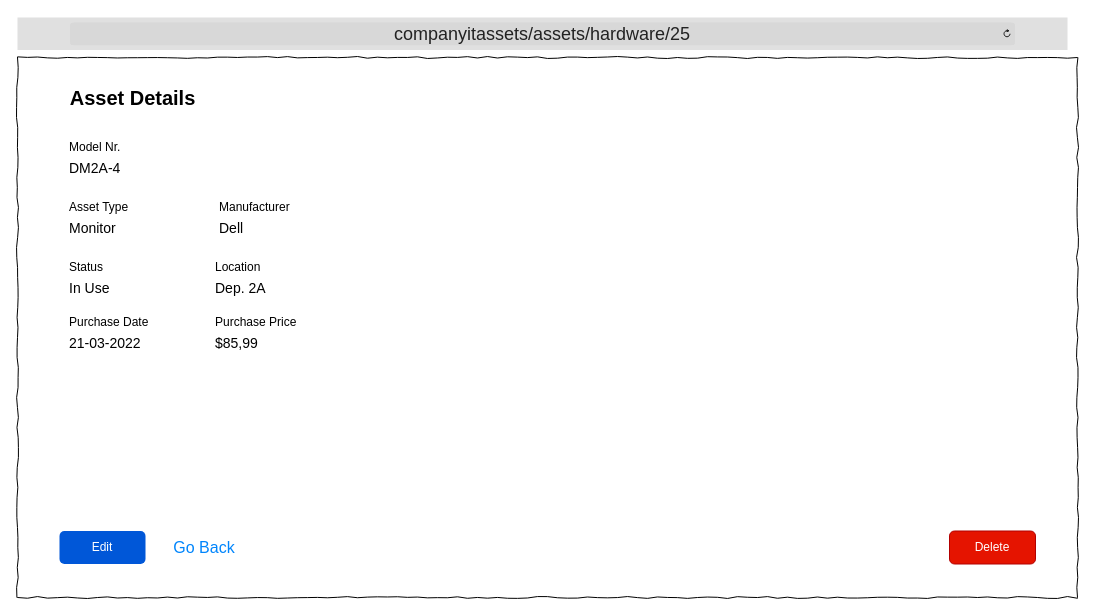
This is Wireframes/ITAT_HWAssets_Details.drawio from TRed91/ITAssetTracking, a draw.io file, before an edit. Source tidied: cells renumbered, new cells numbered last; positions are measured from the earlier drawing's top-left corner, leaving out a move shared by most shapes. Both pictures are drawn from the tidied source at 100%, with x=0, y=0 at pixel (17, 17).
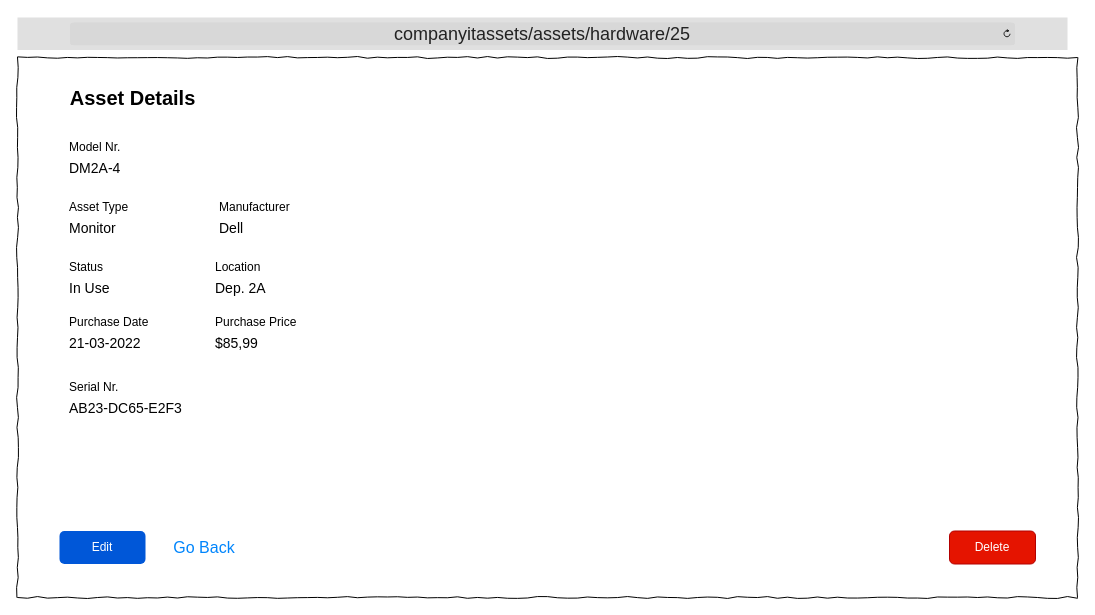
Above is the later version.

The edit, as a diff of the source:
```diff
@@
+    <mxCell id="22" value="Serial Nr." style="text;html=1;strokeColor=none;fillColor=none;align=left;verticalAlign=middle;whiteSpace=wrap;overflow=hidden;" parent="1" vertex="1">
+      <mxGeometry x="50" y="360" width="90" height="20" as="geometry" />
+    </mxCell>
+    <mxCell id="23" value="&lt;span style=&quot;font-size: 14px;&quot;&gt;AB23-DC65-E2F3&lt;/span&gt;" style="text;html=1;strokeColor=none;fillColor=none;align=left;verticalAlign=middle;whiteSpace=wrap;overflow=hidden;" parent="1" vertex="1">
+      <mxGeometry x="50" y="380" width="160" height="20" as="geometry" />
+    </mxCell>
```
